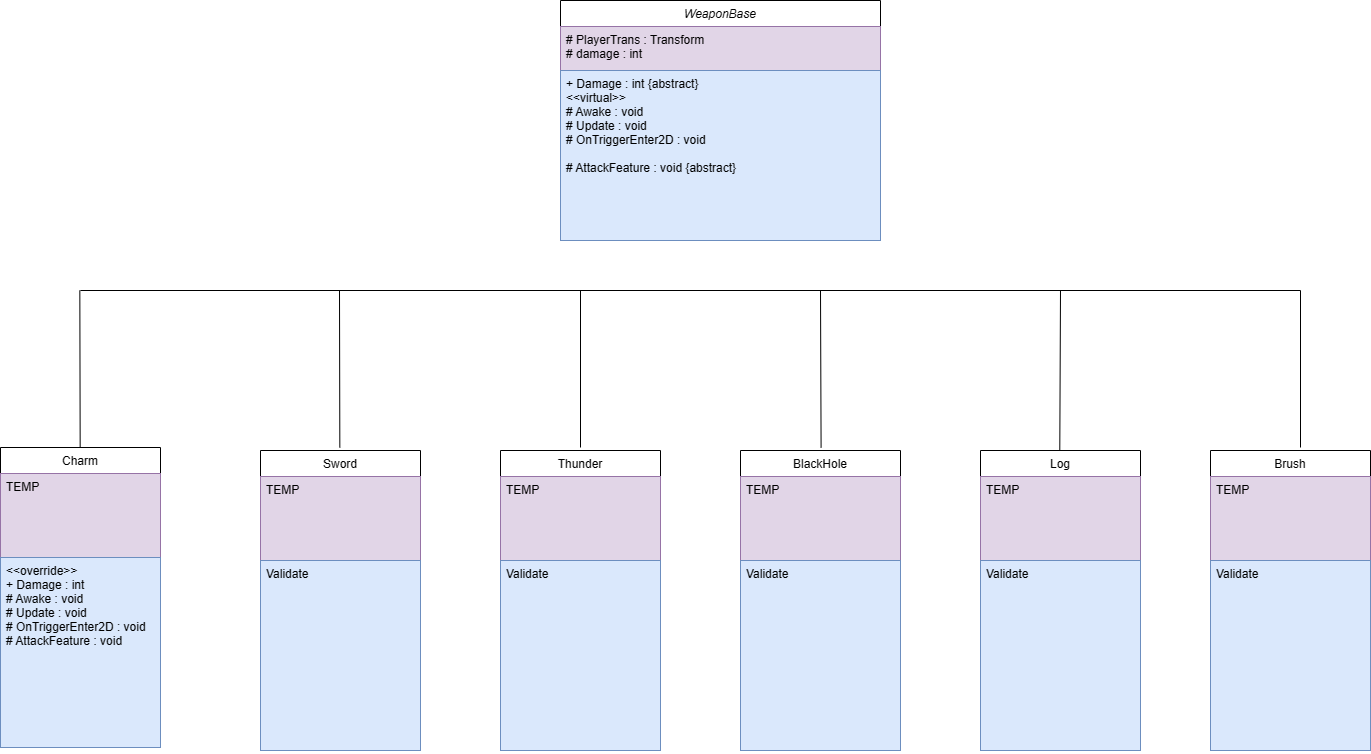
The draw.io diagram WeaponBase.drawio.png in gdevhun/SBSAcademy_TeamProject, before a commit. Source tidied: cells renumbered, new cells last; positions are measured from the earlier drawing's top-left corner, leaving out a move shared by most shapes.
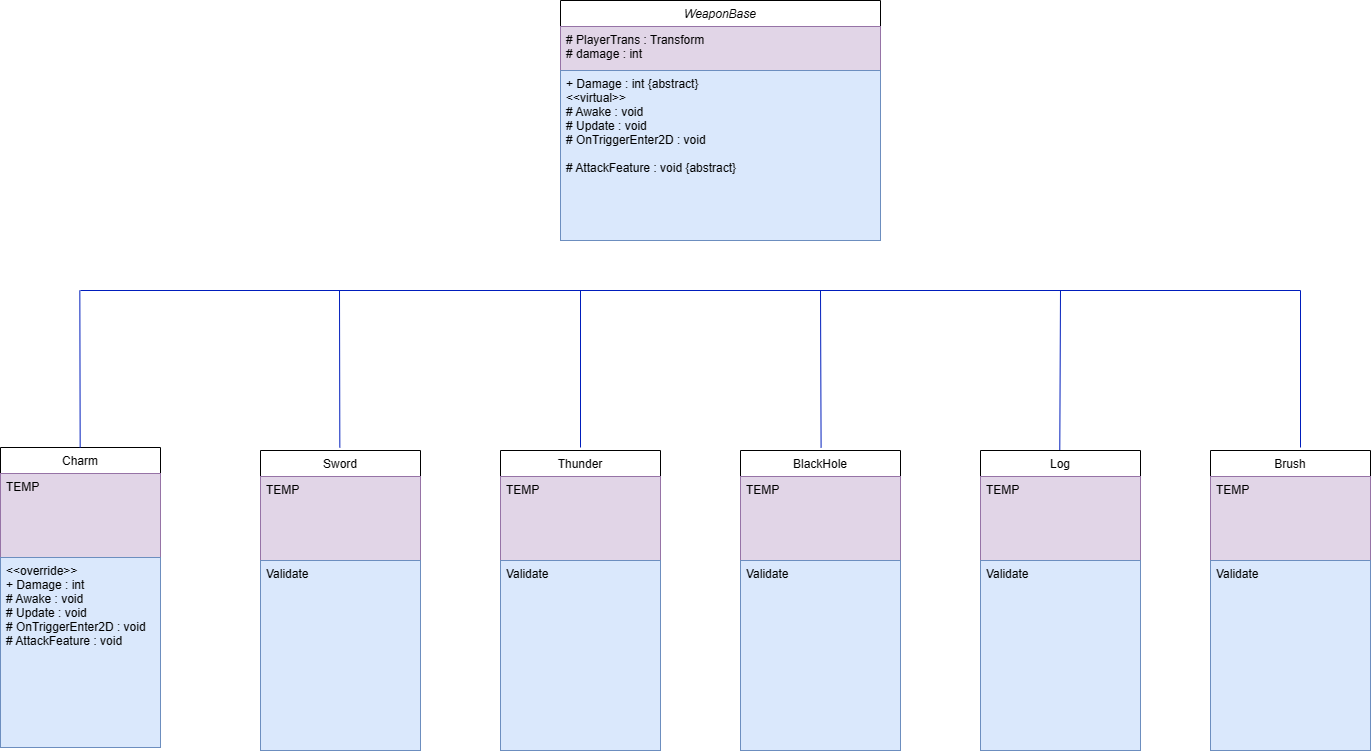
Later version of the same file.

What changed in the source:
```diff
@@ -26,43 +26,43 @@
     <mxCell id="9" value="&lt;&lt;override&gt;&gt;&#10;+ Damage : int &#10;# Awake : void&#10;# Update : void&#10;# OnTriggerEnter2D : void&#10;# AttackFeature : void" style="text;align=left;verticalAlign=top;spacingLeft=4;spacingRight=4;overflow=hidden;fillColor=#dae8fc;strokeColor=#6c8ebf;" parent="6" vertex="1">
       <mxGeometry y="110" width="160" height="190" as="geometry" />
     </mxCell>
-    <mxCell id="10" style="endArrow=none;html=1;rounded=0;exitX=0.5;exitY=0;exitDx=0;exitDy=0;" parent="1" edge="1">
+    <mxCell id="10" style="endArrow=none;html=1;rounded=0;exitX=0.5;exitY=0;exitDx=0;exitDy=0;fillColor=#0050ef;strokeColor=#001DBC;" parent="1" edge="1">
       <mxGeometry relative="1" as="geometry">
         <mxPoint x="580" y="447" as="sourcePoint" />
         <mxPoint x="580" y="290" as="targetPoint" />
       </mxGeometry>
     </mxCell>
-    <mxCell id="11" style="endArrow=none;html=1;rounded=0;exitX=0.5;exitY=0;exitDx=0;exitDy=0;" parent="1" edge="1">
+    <mxCell id="11" style="endArrow=none;html=1;rounded=0;exitX=0.5;exitY=0;exitDx=0;exitDy=0;fillColor=#0050ef;strokeColor=#001DBC;" parent="1" edge="1">
       <mxGeometry relative="1" as="geometry">
         <mxPoint x="339.3" y="447" as="sourcePoint" />
         <mxPoint x="339" y="290" as="targetPoint" />
       </mxGeometry>
     </mxCell>
-    <mxCell id="12" style="endArrow=none;html=1;rounded=0;" parent="1" edge="1">
+    <mxCell id="12" style="endArrow=none;html=1;rounded=0;fillColor=#0050ef;strokeColor=#001DBC;" parent="1" edge="1">
       <mxGeometry relative="1" as="geometry">
         <mxPoint x="1300" y="290" as="sourcePoint" />
         <mxPoint x="80" y="290" as="targetPoint" />
       </mxGeometry>
     </mxCell>
-    <mxCell id="13" style="endArrow=none;html=1;rounded=0;exitX=0.562;exitY=-0.01;exitDx=0;exitDy=0;exitPerimeter=0;" parent="1" edge="1">
+    <mxCell id="13" style="endArrow=none;html=1;rounded=0;exitX=0.562;exitY=-0.01;exitDx=0;exitDy=0;exitPerimeter=0;fillColor=#0050ef;strokeColor=#001DBC;" parent="1" edge="1">
       <mxGeometry relative="1" as="geometry">
         <mxPoint x="820.6" y="447" as="sourcePoint" />
         <mxPoint x="820" y="290" as="targetPoint" />
       </mxGeometry>
     </mxCell>
-    <mxCell id="14" style="endArrow=none;html=1;rounded=0;exitX=0.558;exitY=0.014;exitDx=0;exitDy=0;exitPerimeter=0;" parent="1" edge="1">
+    <mxCell id="14" style="endArrow=none;html=1;rounded=0;exitX=0.558;exitY=0.014;exitDx=0;exitDy=0;exitPerimeter=0;fillColor=#0050ef;strokeColor=#001DBC;" parent="1" edge="1">
       <mxGeometry relative="1" as="geometry">
         <mxPoint x="1059.3" y="451" as="sourcePoint" />
         <mxPoint x="1060" y="290" as="targetPoint" />
       </mxGeometry>
     </mxCell>
-    <mxCell id="15" style="endArrow=none;html=1;rounded=0;exitX=0.5;exitY=0;exitDx=0;exitDy=0;" parent="1" edge="1">
+    <mxCell id="15" style="endArrow=none;html=1;rounded=0;exitX=0.5;exitY=0;exitDx=0;exitDy=0;fillColor=#0050ef;strokeColor=#001DBC;" parent="1" edge="1">
       <mxGeometry relative="1" as="geometry">
         <mxPoint x="1300" y="447" as="sourcePoint" />
         <mxPoint x="1300" y="290" as="targetPoint" />
       </mxGeometry>
     </mxCell>
-    <mxCell id="16" style="endArrow=none;html=1;rounded=0;exitX=0.5;exitY=0;exitDx=0;exitDy=0;" parent="1" edge="1">
+    <mxCell id="16" style="endArrow=none;html=1;rounded=0;exitX=0.5;exitY=0;exitDx=0;exitDy=0;fillColor=#0050ef;strokeColor=#001DBC;" parent="1" edge="1">
       <mxGeometry relative="1" as="geometry">
         <mxPoint x="79.7" y="447" as="sourcePoint" />
         <mxPoint x="79.3" y="290" as="targetPoint" />
```
